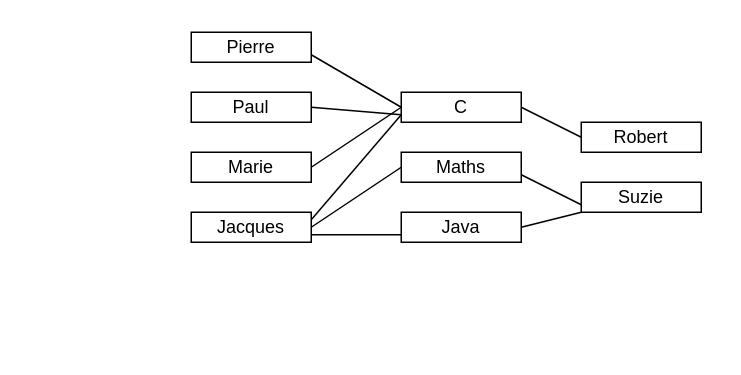
Earlier version of the draw.io diagram diagramme_mont_dor.drawio (ewan-delanoy/uml_diagram). Source tidied: cells renumbered, new cells numbered last; positions are measured from the earlier drawing's top-left corner, leaving out a move shared by most shapes. Both pictures are drawn from the tidied source at 150%, with x=0, y=0 at pixel (190, 32).
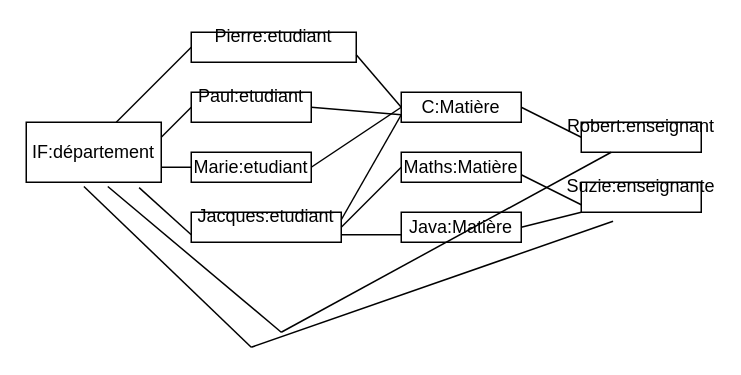
Above is the later version.

Commit message (it also covers changes not shown here):
Mettre à jour diagramme_mont_dor.drawio

The edit, as a diff of the source:
```diff
@@
-    <mxCell id="2" value="Pierre" style="rounded=0;whiteSpace=wrap;html=1;" parent="1" vertex="1">
-      <mxGeometry width="80" height="20" as="geometry" />
+    <mxCell id="2" value="&lt;div&gt;Pierre:etudiant&lt;/div&gt;&lt;div&gt;&lt;br&gt;&lt;/div&gt;" style="rounded=0;whiteSpace=wrap;html=1;" parent="1" vertex="1">
+      <mxGeometry width="110" height="20" as="geometry" />
     </mxCell>
-    <mxCell id="3" value="&lt;div&gt;Paul&lt;/div&gt;" style="rounded=0;whiteSpace=wrap;html=1;" parent="1" vertex="1">
+    <mxCell id="3" value="&lt;div&gt;Paul:etudiant&lt;/div&gt;&lt;div&gt;&lt;br&gt;&lt;/div&gt;" style="rounded=0;whiteSpace=wrap;html=1;" parent="1" vertex="1">
       <mxGeometry y="40" width="80" height="20" as="geometry" />
     </mxCell>
-    <mxCell id="4" value="Marie" style="rounded=0;whiteSpace=wrap;html=1;" parent="1" vertex="1">
+    <mxCell id="4" value="Marie:etudiant" style="rounded=0;whiteSpace=wrap;html=1;" parent="1" vertex="1">
       <mxGeometry y="80" width="80" height="20" as="geometry" />
     </mxCell>
-    <mxCell id="5" value="Jacques" style="rounded=0;whiteSpace=wrap;html=1;" parent="1" vertex="1">
-      <mxGeometry y="120" width="80" height="20" as="geometry" />
+    <mxCell id="5" value="&lt;div&gt;Jacques:etudiant&lt;/div&gt;&lt;div&gt;&lt;br&gt;&lt;/div&gt;" style="rounded=0;whiteSpace=wrap;html=1;" parent="1" vertex="1">
+      <mxGeometry y="120" width="100" height="20" as="geometry" />
     </mxCell>
-    <mxCell id="6" value="Java" style="rounded=0;whiteSpace=wrap;html=1;" parent="1" vertex="1">
+    <mxCell id="6" value="&lt;div&gt;Java:Matière&lt;/div&gt;" style="rounded=0;whiteSpace=wrap;html=1;" parent="1" vertex="1">
       <mxGeometry x="140" y="120" width="80" height="20" as="geometry" />
     </mxCell>
-    <mxCell id="7" value="C" style="rounded=0;whiteSpace=wrap;html=1;" parent="1" vertex="1">
+    <mxCell id="7" value="C:Matière" style="rounded=0;whiteSpace=wrap;html=1;" parent="1" vertex="1">
       <mxGeometry x="140" y="40" width="80" height="20" as="geometry" />
     </mxCell>
-    <mxCell id="8" value="Maths" style="rounded=0;whiteSpace=wrap;html=1;" parent="1" vertex="1">
+    <mxCell id="8" value="Maths:Matière" style="rounded=0;whiteSpace=wrap;html=1;" parent="1" vertex="1">
       <mxGeometry x="140" y="80" width="80" height="20" as="geometry" />
     </mxCell>
-    <mxCell id="9" value="Robert" style="rounded=0;whiteSpace=wrap;html=1;" parent="1" vertex="1">
+    <mxCell id="9" value="&lt;div&gt;Robert:enseignant&lt;/div&gt;&lt;div&gt;&lt;br&gt;&lt;/div&gt;" style="rounded=0;whiteSpace=wrap;html=1;" parent="1" vertex="1">
       <mxGeometry x="260" y="60" width="80" height="20" as="geometry" />
     </mxCell>
-    <mxCell id="10" value="Suzie" style="rounded=0;whiteSpace=wrap;html=1;" parent="1" vertex="1">
+    <mxCell id="10" value="&lt;div&gt;Suzie:enseignante&lt;/div&gt;&lt;div&gt;&lt;br&gt;&lt;/div&gt;" style="rounded=0;whiteSpace=wrap;html=1;" parent="1" vertex="1">
       <mxGeometry x="260" y="100" width="80" height="20" as="geometry" />
     </mxCell>
@@
+    <mxCell id="20" value="IF:département" style="rounded=0;whiteSpace=wrap;html=1;" parent="1" vertex="1">
+      <mxGeometry x="-110" y="60" width="90" height="40" as="geometry" />
+    </mxCell>
+    <mxCell id="21" style="endArrow=none;html=1;rounded=0;" parent="1" edge="1">
+      <mxGeometry relative="1" as="geometry">
+        <mxPoint x="-50" y="60" as="sourcePoint" />
+        <mxPoint y="10" as="targetPoint" />
+      </mxGeometry>
+    </mxCell>
+    <mxCell id="22" style="endArrow=none;html=1;rounded=0;exitX=1;exitY=0.25;exitDx=0;exitDy=0;" parent="1" edge="1" source="20">
+      <mxGeometry relative="1" as="geometry">
+        <mxPoint y="50" as="targetPoint" />
+      </mxGeometry>
+    </mxCell>
+    <mxCell id="23" style="endArrow=none;html=1;rounded=0;entryX=0;entryY=0.5;entryDx=0;entryDy=0;exitX=1;exitY=0.75;exitDx=0;exitDy=0;" parent="1" edge="1" source="20" target="4">
+      <mxGeometry relative="1" as="geometry" />
+    </mxCell>
+    <mxCell id="24" style="endArrow=none;html=1;rounded=0;entryX=0;entryY=0.75;entryDx=0;entryDy=0;exitX=0.836;exitY=1.09;exitDx=0;exitDy=0;exitPerimeter=0;" parent="1" edge="1" source="20" target="5">
+      <mxGeometry relative="1" as="geometry" />
+    </mxCell>
+    <mxCell id="25" style="endArrow=none;html=1;rounded=0;entryX=0.604;entryY=1.07;entryDx=0;entryDy=0;entryPerimeter=0;" parent="1" edge="1" target="20">
+      <mxGeometry relative="1" as="geometry">
+        <mxPoint x="60" y="200" as="sourcePoint" />
+      </mxGeometry>
+    </mxCell>
+    <mxCell id="26" style="endArrow=none;html=1;rounded=0;entryX=0.25;entryY=1;entryDx=0;entryDy=0;" parent="1" edge="1" target="9">
+      <mxGeometry relative="1" as="geometry">
+        <mxPoint x="60" y="200" as="sourcePoint" />
+      </mxGeometry>
+    </mxCell>
+    <mxCell id="27" style="endArrow=none;html=1;rounded=0;entryX=0.427;entryY=1.07;entryDx=0;entryDy=0;entryPerimeter=0;" parent="1" edge="1" target="20">
+      <mxGeometry relative="1" as="geometry">
+        <mxPoint x="40" y="210" as="sourcePoint" />
+      </mxGeometry>
+    </mxCell>
+    <mxCell id="28" style="endArrow=none;html=1;rounded=0;entryX=0.265;entryY=1.3;entryDx=0;entryDy=0;entryPerimeter=0;" parent="1" edge="1" target="10">
+      <mxGeometry relative="1" as="geometry">
+        <mxPoint x="40" y="210" as="sourcePoint" />
+      </mxGeometry>
+    </mxCell>
```
